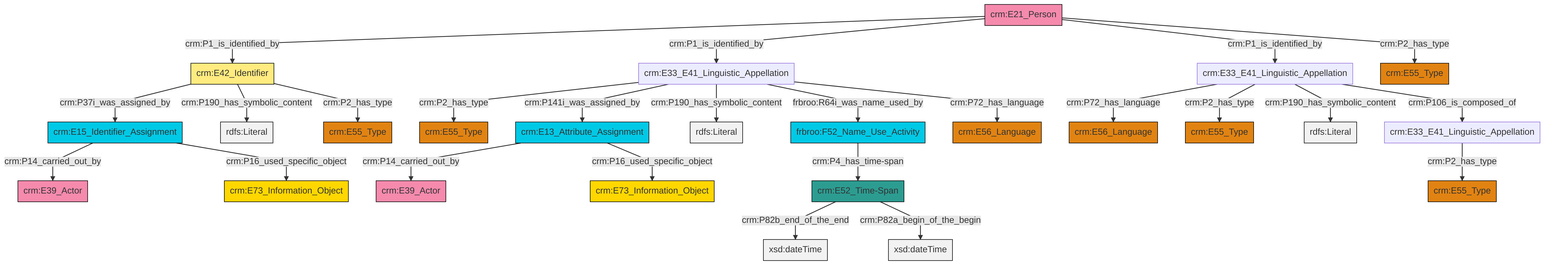
swiss-art-research-net/reference-data-models keeps this Mermaid diagram as et/personCSV/ttl/mmd/png/Person_Names_and_Classification.png. Above is the earlier version. Its source is kept beside it as et/personCSV/ttl/mmd/Person_Names_and_Classification.ttl.mmd.
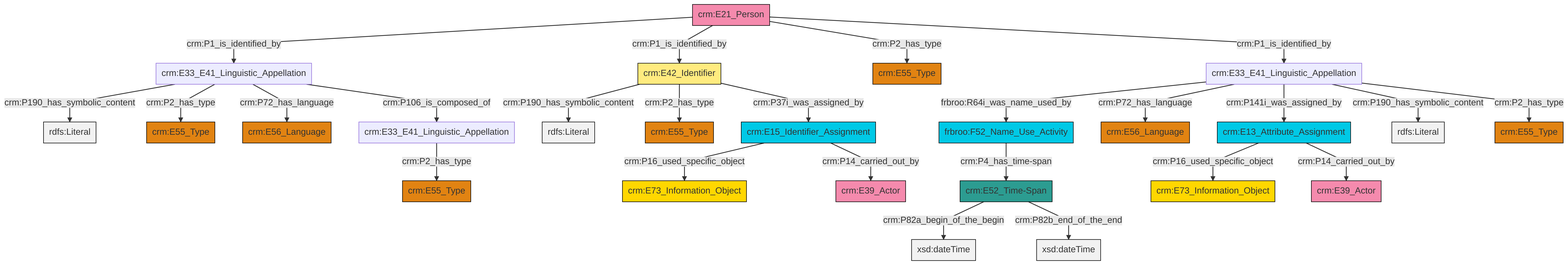
The same diagram one commit later.

Diff of the diagram source:
```diff
@@ -13,27 +13,27 @@
 classDef PC_Classes fill:#4ce600, stroke:#000000;
 classDef Multi fill:#cccccc,stroke:#000000;
 
-2["crm:E33_E41_Linguistic_Appellation"]:::Default -->|crm:P72_has_language| 4["crm:E56_Language"]:::Type
-6["crm:E13_Attribute_Assignment"]:::Temporal_Entity -->|crm:P14_carried_out_by| 7["crm:E39_Actor"]:::Actor
-8["frbroo:F52_Name_Use_Activity"]:::Temporal_Entity -->|crm:P4_has_time-span| 9["crm:E52_Time-Span"]:::Time-Span
-10["crm:E33_E41_Linguistic_Appellation"]:::Default -->|crm:P2_has_type| 11["crm:E55_Type"]:::Type
-14["crm:E33_E41_Linguistic_Appellation"]:::Default -->|crm:P2_has_type| 15["crm:E55_Type"]:::Type
-0["crm:E42_Identifier"]:::Appellation -->|crm:P37i_was_assigned_by| 19["crm:E15_Identifier_Assignment"]:::Temporal_Entity
-16["crm:E21_Person"]:::Actor -->|crm:P1_is_identified_by| 0["crm:E42_Identifier"]:::Appellation
-2["crm:E33_E41_Linguistic_Appellation"]:::Default -->|crm:P2_has_type| 23["crm:E55_Type"]:::Type
-14["crm:E33_E41_Linguistic_Appellation"]:::Default -->|crm:P141i_was_assigned_by| 6["crm:E13_Attribute_Assignment"]:::Temporal_Entity
-0["crm:E42_Identifier"]:::Appellation -->|crm:P190_has_symbolic_content| 25[rdfs:Literal]:::Literal
-16["crm:E21_Person"]:::Actor -->|crm:P1_is_identified_by| 14["crm:E33_E41_Linguistic_Appellation"]:::Default
-16["crm:E21_Person"]:::Actor -->|crm:P1_is_identified_by| 2["crm:E33_E41_Linguistic_Appellation"]:::Default
-14["crm:E33_E41_Linguistic_Appellation"]:::Default -->|crm:P190_has_symbolic_content| 27[rdfs:Literal]:::Literal
-14["crm:E33_E41_Linguistic_Appellation"]:::Default -->|frbroo:R64i_was_name_used_by| 8["frbroo:F52_Name_Use_Activity"]:::Temporal_Entity
-9["crm:E52_Time-Span"]:::Time-Span -->|crm:P82b_end_of_the_end| 28[xsd:dateTime]:::Literal
-16["crm:E21_Person"]:::Actor -->|crm:P2_has_type| 12["crm:E55_Type"]:::Type
-2["crm:E33_E41_Linguistic_Appellation"]:::Default -->|crm:P190_has_symbolic_content| 30[rdfs:Literal]:::Literal
-14["crm:E33_E41_Linguistic_Appellation"]:::Default -->|crm:P72_has_language| 31["crm:E56_Language"]:::Type
-19["crm:E15_Identifier_Assignment"]:::Temporal_Entity -->|crm:P14_carried_out_by| 21["crm:E39_Actor"]:::Actor
-6["crm:E13_Attribute_Assignment"]:::Temporal_Entity -->|crm:P16_used_specific_object| 33["crm:E73_Information_Object"]:::Conceptual_Object
-9["crm:E52_Time-Span"]:::Time-Span -->|crm:P82a_begin_of_the_begin| 42[xsd:dateTime]:::Literal
-19["crm:E15_Identifier_Assignment"]:::Temporal_Entity -->|crm:P16_used_specific_object| 44["crm:E73_Information_Object"]:::Conceptual_Object
-2["crm:E33_E41_Linguistic_Appellation"]:::Default -->|crm:P106_is_composed_of| 10["crm:E33_E41_Linguistic_Appellation"]:::Default
-0["crm:E42_Identifier"]:::Appellation -->|crm:P2_has_type| 37["crm:E55_Type"]:::Type
+2["crm:E21_Person"]:::Actor -->|crm:P1_is_identified_by| 3["crm:E33_E41_Linguistic_Appellation"]:::Default
+4["crm:E13_Attribute_Assignment"]:::Temporal_Entity -->|crm:P16_used_specific_object| 5["crm:E73_Information_Object"]:::Conceptual_Object
+8["crm:E42_Identifier"]:::Appellation -->|crm:P190_has_symbolic_content| 9[rdfs:Literal]:::Literal
+14["crm:E33_E41_Linguistic_Appellation"]:::Default -->|frbroo:R64i_was_name_used_by| 12["frbroo:F52_Name_Use_Activity"]:::Temporal_Entity
+12["frbroo:F52_Name_Use_Activity"]:::Temporal_Entity -->|crm:P4_has_time-span| 16["crm:E52_Time-Span"]:::Time-Span
+3["crm:E33_E41_Linguistic_Appellation"]:::Default -->|crm:P190_has_symbolic_content| 19[rdfs:Literal]:::Literal
+3["crm:E33_E41_Linguistic_Appellation"]:::Default -->|crm:P2_has_type| 10["crm:E55_Type"]:::Type
+16["crm:E52_Time-Span"]:::Time-Span -->|crm:P82a_begin_of_the_begin| 20[xsd:dateTime]:::Literal
+4["crm:E13_Attribute_Assignment"]:::Temporal_Entity -->|crm:P14_carried_out_by| 21["crm:E39_Actor"]:::Actor
+6["crm:E15_Identifier_Assignment"]:::Temporal_Entity -->|crm:P16_used_specific_object| 24["crm:E73_Information_Object"]:::Conceptual_Object
+14["crm:E33_E41_Linguistic_Appellation"]:::Default -->|crm:P72_has_language| 28["crm:E56_Language"]:::Type
+3["crm:E33_E41_Linguistic_Appellation"]:::Default -->|crm:P72_has_language| 34["crm:E56_Language"]:::Type
+6["crm:E15_Identifier_Assignment"]:::Temporal_Entity -->|crm:P14_carried_out_by| 0["crm:E39_Actor"]:::Actor
+16["crm:E52_Time-Span"]:::Time-Span -->|crm:P82b_end_of_the_end| 35[xsd:dateTime]:::Literal
+2["crm:E21_Person"]:::Actor -->|crm:P1_is_identified_by| 8["crm:E42_Identifier"]:::Appellation
+2["crm:E21_Person"]:::Actor -->|crm:P2_has_type| 22["crm:E55_Type"]:::Type
+14["crm:E33_E41_Linguistic_Appellation"]:::Default -->|crm:P141i_was_assigned_by| 4["crm:E13_Attribute_Assignment"]:::Temporal_Entity
+38["crm:E33_E41_Linguistic_Appellation"]:::Default -->|crm:P2_has_type| 26["crm:E55_Type"]:::Type
+8["crm:E42_Identifier"]:::Appellation -->|crm:P2_has_type| 17["crm:E55_Type"]:::Type
+3["crm:E33_E41_Linguistic_Appellation"]:::Default -->|crm:P106_is_composed_of| 38["crm:E33_E41_Linguistic_Appellation"]:::Default
+14["crm:E33_E41_Linguistic_Appellation"]:::Default -->|crm:P190_has_symbolic_content| 43[rdfs:Literal]:::Literal
+14["crm:E33_E41_Linguistic_Appellation"]:::Default -->|crm:P2_has_type| 32["crm:E55_Type"]:::Type
+8["crm:E42_Identifier"]:::Appellation -->|crm:P37i_was_assigned_by| 6["crm:E15_Identifier_Assignment"]:::Temporal_Entity
+2["crm:E21_Person"]:::Actor -->|crm:P1_is_identified_by| 14["crm:E33_E41_Linguistic_Appellation"]:::Default
```
